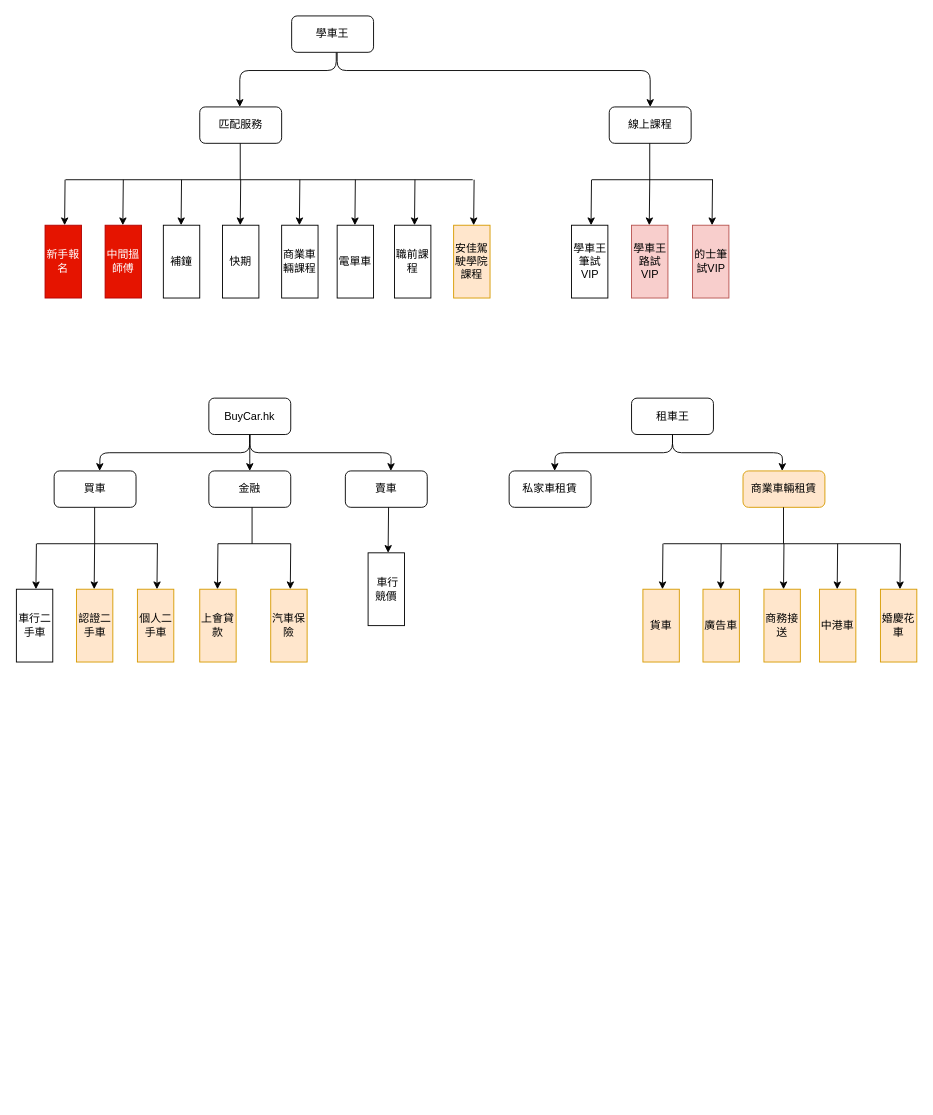
Above: Lemongene.drawio in yushanzi/hello-world (draw.io), before the change. Source tidied: cells renumbered, new cells numbered last; positions are measured from the earlier drawing's top-left corner, leaving out a move shared by most shapes. Both pictures are drawn from the tidied source at 91%, with x=0, y=0 at pixel (15, 15).
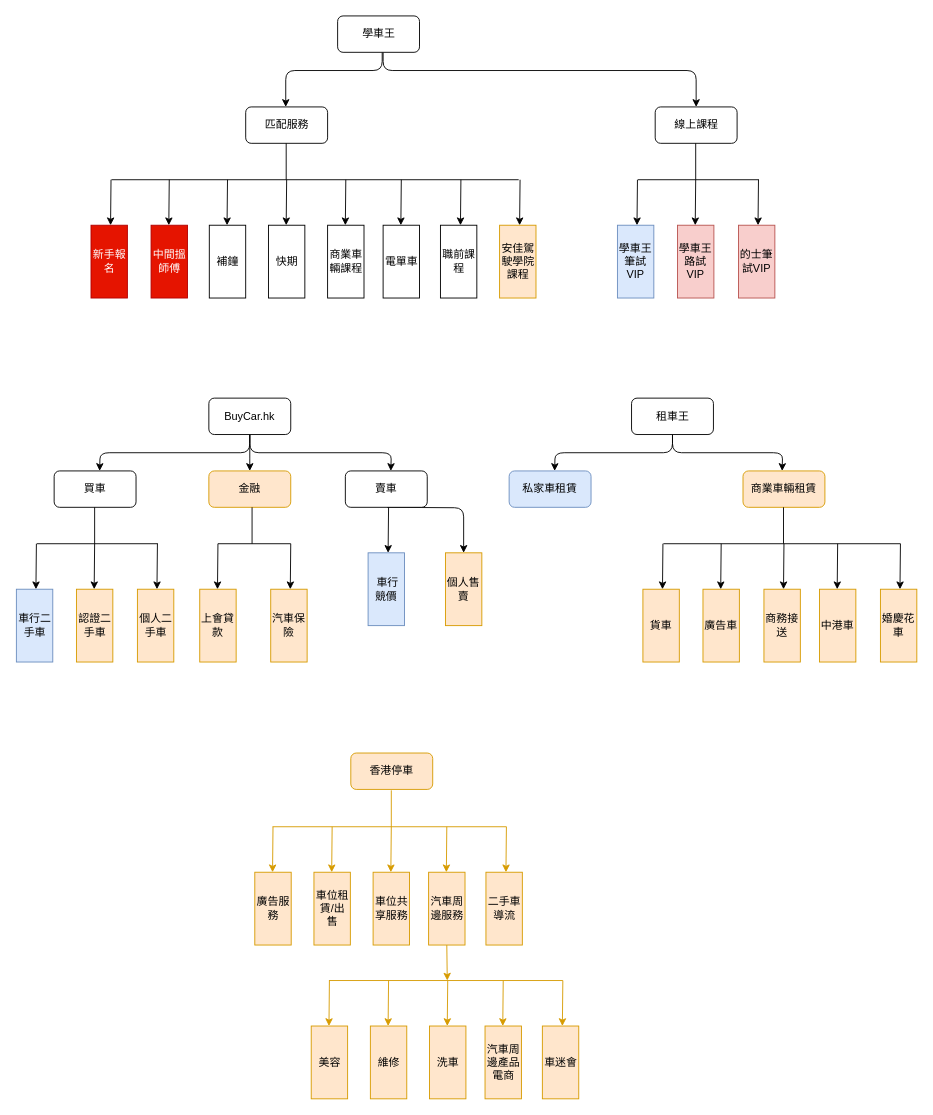
Above is the later version.

Diff of the diagram source:
```diff
@@
     <mxCell id="2" style="edgeStyle=orthogonalEdgeStyle;curved=0;rounded=1;sketch=0;orthogonalLoop=1;jettySize=auto;html=1;exitX=0.5;exitY=1;exitDx=0;exitDy=0;strokeColor=#000000;" parent="1" edge="1">
       <mxGeometry relative="1" as="geometry">
-        <mxPoint x="352" y="40" as="sourcePoint" />
-        <mxPoint x="246" y="100" as="targetPoint" />
+        <mxPoint x="402.5" y="40" as="sourcePoint" />
+        <mxPoint x="296.5" y="100" as="targetPoint" />
         <Array as="points">
-          <mxPoint x="352" y="60" />
-          <mxPoint x="246" y="60" />
+          <mxPoint x="402.5" y="60" />
+          <mxPoint x="296.5" y="60" />
         </Array>
       </mxGeometry>
     </mxCell>
     <mxCell id="3" style="edgeStyle=orthogonalEdgeStyle;curved=0;rounded=1;sketch=0;jettySize=auto;html=1;exitX=0.5;exitY=1;exitDx=0;exitDy=0;strokeColor=#000000;entryX=0.5;entryY=0;entryDx=0;entryDy=0;" parent="1" edge="1" target="22">
       <mxGeometry relative="1" as="geometry">
-        <mxPoint x="353" y="40" as="sourcePoint" />
+        <mxPoint x="403.5" y="40" as="sourcePoint" />
         <Array as="points">
-          <mxPoint x="353" y="60" />
-          <mxPoint x="697" y="60" />
+          <mxPoint x="403.5" y="60" />
+          <mxPoint x="747.5" y="60" />
         </Array>
       </mxGeometry>
     </mxCell>
     <mxCell id="4" value="學車王" style="rounded=1;whiteSpace=wrap;html=1;" parent="1" vertex="1">
-      <mxGeometry x="303" width="90" height="40" as="geometry" />
+      <mxGeometry x="353.5" width="90" height="40" as="geometry" />
     </mxCell>
     <mxCell id="5" style="endArrow=none;html=1;" parent="1" edge="1">
       <mxGeometry relative="1" as="geometry">
-        <mxPoint x="502" y="180" as="sourcePoint" />
-        <mxPoint x="54.5" y="180" as="targetPoint" />
+        <mxPoint x="552.5" y="180" as="sourcePoint" />
+        <mxPoint x="105" y="180" as="targetPoint" />
       </mxGeometry>
     </mxCell>
     <mxCell id="6" value="新手報名" style="rounded=0;whiteSpace=wrap;html=1;shadow=0;labelBackgroundColor=none;sketch=0;direction=north;fillColor=#e51400;strokeColor=#B20000;fontColor=#ffffff;" parent="1" vertex="1">
-      <mxGeometry x="32" y="230" width="40" height="80" as="geometry" />
+      <mxGeometry x="82.5" y="230" width="40" height="80" as="geometry" />
     </mxCell>
     <mxCell id="7" value="中間搵師傅" style="rounded=0;whiteSpace=wrap;html=1;shadow=0;labelBackgroundColor=none;sketch=0;direction=north;fillColor=#e51400;strokeColor=#B20000;fontColor=#ffffff;" parent="1" vertex="1">
-      <mxGeometry x="98" y="230" width="40" height="80" as="geometry" />
+      <mxGeometry x="148.5" y="230" width="40" height="80" as="geometry" />
     </mxCell>
     <mxCell id="8" value="補鐘" style="rounded=0;whiteSpace=wrap;html=1;shadow=0;labelBackgroundColor=none;sketch=0;direction=north;" parent="1" vertex="1">
-      <mxGeometry x="162" y="230" width="40" height="80" as="geometry" />
+      <mxGeometry x="212.5" y="230" width="40" height="80" as="geometry" />
     </mxCell>
     <mxCell id="9" value="快期" style="rounded=0;whiteSpace=wrap;html=1;shadow=0;labelBackgroundColor=none;sketch=0;direction=north;" parent="1" vertex="1">
-      <mxGeometry x="227" y="230" width="40" height="80" as="geometry" />
+      <mxGeometry x="277.5" y="230" width="40" height="80" as="geometry" />
     </mxCell>
     <mxCell id="10" value="職前課程" style="rounded=0;whiteSpace=wrap;html=1;shadow=0;labelBackgroundColor=none;sketch=0;direction=north;" parent="1" vertex="1">
-      <mxGeometry x="416" y="230" width="40" height="80" as="geometry" />
+      <mxGeometry x="466.5" y="230" width="40" height="80" as="geometry" />
     </mxCell>
     <mxCell id="11" value="商業車輛課程" style="rounded=0;whiteSpace=wrap;html=1;shadow=0;labelBackgroundColor=none;sketch=0;direction=north;" parent="1" vertex="1">
-      <mxGeometry x="292" y="230" width="40" height="80" as="geometry" />
+      <mxGeometry x="342.5" y="230" width="40" height="80" as="geometry" />
     </mxCell>
     <mxCell id="12" value="電單車" style="rounded=0;whiteSpace=wrap;html=1;shadow=0;labelBackgroundColor=none;sketch=0;direction=north;" parent="1" vertex="1">
-      <mxGeometry x="353" y="230" width="40" height="80" as="geometry" />
+      <mxGeometry x="403.5" y="230" width="40" height="80" as="geometry" />
     </mxCell>
     <mxCell id="13" style="edgeStyle=none;rounded=0;orthogonalLoop=1;jettySize=auto;html=1;" parent="1" edge="1">
       <mxGeometry relative="1" as="geometry">
-        <mxPoint x="54" y="180" as="sourcePoint" />
-        <mxPoint x="53.5" y="230" as="targetPoint" />
+        <mxPoint x="104.5" y="180" as="sourcePoint" />
+        <mxPoint x="104" y="230" as="targetPoint" />
       </mxGeometry>
     </mxCell>
     <mxCell id="14" style="edgeStyle=none;rounded=0;orthogonalLoop=1;jettySize=auto;html=1;" parent="1" edge="1">
       <mxGeometry relative="1" as="geometry">
-        <mxPoint x="118" y="180" as="sourcePoint" />
-        <mxPoint x="117.5" y="230" as="targetPoint" />
+        <mxPoint x="168.5" y="180" as="sourcePoint" />
+        <mxPoint x="168" y="230" as="targetPoint" />
       </mxGeometry>
     </mxCell>
     <mxCell id="15" style="edgeStyle=none;rounded=0;orthogonalLoop=1;jettySize=auto;html=1;" parent="1" edge="1">
       <mxGeometry relative="1" as="geometry">
-        <mxPoint x="182" y="180" as="sourcePoint" />
-        <mxPoint x="181.5" y="230" as="targetPoint" />
+        <mxPoint x="232.5" y="180" as="sourcePoint" />
+        <mxPoint x="232" y="230" as="targetPoint" />
       </mxGeometry>
     </mxCell>
     <mxCell id="16" style="edgeStyle=none;rounded=0;orthogonalLoop=1;jettySize=auto;html=1;" parent="1" edge="1">
       <mxGeometry relative="1" as="geometry">
-        <mxPoint x="247" y="180" as="sourcePoint" />
-        <mxPoint x="246.5" y="230" as="targetPoint" />
+        <mxPoint x="297.5" y="180" as="sourcePoint" />
+        <mxPoint x="297" y="230" as="targetPoint" />
       </mxGeometry>
     </mxCell>
     <mxCell id="17" style="edgeStyle=none;rounded=0;orthogonalLoop=1;jettySize=auto;html=1;" parent="1" edge="1">
       <mxGeometry relative="1" as="geometry">
-        <mxPoint x="312" y="180" as="sourcePoint" />
-        <mxPoint x="311.5" y="230" as="targetPoint" />
+        <mxPoint x="362.5" y="180" as="sourcePoint" />
+        <mxPoint x="362" y="230" as="targetPoint" />
       </mxGeometry>
     </mxCell>
     <mxCell id="18" style="edgeStyle=none;rounded=0;orthogonalLoop=1;jettySize=auto;html=1;" parent="1" edge="1">
       <mxGeometry relative="1" as="geometry">
-        <mxPoint x="373" y="180" as="sourcePoint" />
-        <mxPoint x="372.5" y="230" as="targetPoint" />
+        <mxPoint x="423.5" y="180" as="sourcePoint" />
+        <mxPoint x="423" y="230" as="targetPoint" />
       </mxGeometry>
     </mxCell>
     <mxCell id="19" style="edgeStyle=none;rounded=0;orthogonalLoop=1;jettySize=auto;html=1;" parent="1" edge="1">
       <mxGeometry relative="1" as="geometry">
-        <mxPoint x="438.5" y="180" as="sourcePoint" />
-        <mxPoint x="438" y="230" as="targetPoint" />
+        <mxPoint x="489" y="180" as="sourcePoint" />
+        <mxPoint x="488.5" y="230" as="targetPoint" />
       </mxGeometry>
     </mxCell>
     <mxCell id="20" value="匹配服務" style="rounded=1;whiteSpace=wrap;html=1;" parent="1" vertex="1">
-      <mxGeometry x="202" y="100" width="90" height="40" as="geometry" />
+      <mxGeometry x="252.5" y="100" width="90" height="40" as="geometry" />
     </mxCell>
     <mxCell id="21" style="endArrow=none;html=1;strokeColor=#000000;" parent="1" edge="1">
       <mxGeometry relative="1" as="geometry">
-        <mxPoint x="246.5" y="180" as="sourcePoint" />
-        <mxPoint x="246.5" y="140" as="targetPoint" />
+        <mxPoint x="297" y="180" as="sourcePoint" />
+        <mxPoint x="297" y="140" as="targetPoint" />
       </mxGeometry>
     </mxCell>
     <mxCell id="22" value="線上課程" style="rounded=1;whiteSpace=wrap;html=1;" parent="1" vertex="1">
-      <mxGeometry x="652" y="100" width="90" height="40" as="geometry" />
+      <mxGeometry x="702.5" y="100" width="90" height="40" as="geometry" />
     </mxCell>
     <mxCell id="23" style="endArrow=none;html=1;" parent="1" edge="1">
       <mxGeometry relative="1" as="geometry">
-        <mxPoint x="766" y="180" as="sourcePoint" />
-        <mxPoint x="633" y="180" as="targetPoint" />
+        <mxPoint x="816.5" y="180" as="sourcePoint" />
+        <mxPoint x="683.5" y="180" as="targetPoint" />
       </mxGeometry>
     </mxCell>
     <mxCell id="24" style="endArrow=none;html=1;strokeColor=#000000;" parent="1" edge="1">
       <mxGeometry relative="1" as="geometry">
-        <mxPoint x="696.5" y="180" as="sourcePoint" />
-        <mxPoint x="696.5" y="140" as="targetPoint" />
+        <mxPoint x="747" y="180" as="sourcePoint" />
+        <mxPoint x="747" y="140" as="targetPoint" />
       </mxGeometry>
     </mxCell>
-    <mxCell id="25" value="學車王筆試VIP" style="rounded=0;whiteSpace=wrap;html=1;shadow=0;labelBackgroundColor=none;sketch=0;direction=north;" parent="1" vertex="1">
-      <mxGeometry x="610.5" y="230" width="40" height="80" as="geometry" />
+    <mxCell id="25" value="學車王筆試VIP" style="rounded=0;whiteSpace=wrap;html=1;shadow=0;labelBackgroundColor=none;sketch=0;direction=north;fillColor=#dae8fc;strokeColor=#6c8ebf;" parent="1" vertex="1">
+      <mxGeometry x="661" y="230" width="40" height="80" as="geometry" />
     </mxCell>
     <mxCell id="26" value="學車王路試VIP" style="rounded=0;whiteSpace=wrap;html=1;shadow=0;labelBackgroundColor=none;sketch=0;direction=north;fillColor=#f8cecc;strokeColor=#b85450;" parent="1" vertex="1">
-      <mxGeometry x="676.5" y="230" width="40" height="80" as="geometry" />
+      <mxGeometry x="727" y="230" width="40" height="80" as="geometry" />
     </mxCell>
     <mxCell id="27" style="edgeStyle=none;rounded=0;orthogonalLoop=1;jettySize=auto;html=1;" parent="1" edge="1">
       <mxGeometry relative="1" as="geometry">
-        <mxPoint x="632.5" y="180" as="sourcePoint" />
-        <mxPoint x="632" y="230" as="targetPoint" />
+        <mxPoint x="683" y="180" as="sourcePoint" />
+        <mxPoint x="682.5" y="230" as="targetPoint" />
       </mxGeometry>
     </mxCell>
     <mxCell id="28" style="edgeStyle=none;rounded=0;orthogonalLoop=1;jettySize=auto;html=1;" parent="1" edge="1">
       <mxGeometry relative="1" as="geometry">
-        <mxPoint x="696.5" y="180" as="sourcePoint" />
-        <mxPoint x="696" y="230" as="targetPoint" />
+        <mxPoint x="747" y="180" as="sourcePoint" />
+        <mxPoint x="746.5" y="230" as="targetPoint" />
       </mxGeometry>
     </mxCell>
     <mxCell id="29" value="的士筆試VIP" style="rounded=0;whiteSpace=wrap;html=1;shadow=0;labelBackgroundColor=none;sketch=0;direction=north;fillColor=#f8cecc;strokeColor=#b85450;" parent="1" vertex="1">
-      <mxGeometry x="743.5" y="230" width="40" height="80" as="geometry" />
+      <mxGeometry x="794" y="230" width="40" height="80" as="geometry" />
     </mxCell>
     <mxCell id="30" style="edgeStyle=none;rounded=0;orthogonalLoop=1;jettySize=auto;html=1;" parent="1" edge="1">
       <mxGeometry relative="1" as="geometry">
-        <mxPoint x="765.5" y="180" as="sourcePoint" />
-        <mxPoint x="765" y="230" as="targetPoint" />
+        <mxPoint x="816" y="180" as="sourcePoint" />
+        <mxPoint x="815.5" y="230" as="targetPoint" />
       </mxGeometry>
     </mxCell>
     <mxCell id="31" value="安佳駕駛學院課程" style="rounded=0;whiteSpace=wrap;html=1;shadow=0;labelBackgroundColor=none;sketch=0;direction=north;fillColor=#ffe6cc;strokeColor=#d79b00;" parent="1" vertex="1">
-      <mxGeometry x="481" y="230" width="40" height="80" as="geometry" />
+      <mxGeometry x="531.5" y="230" width="40" height="80" as="geometry" />
     </mxCell>
     <mxCell id="32" style="edgeStyle=none;rounded=0;orthogonalLoop=1;jettySize=auto;html=1;" parent="1" edge="1">
       <mxGeometry relative="1" as="geometry">
-        <mxPoint x="503.5" y="180" as="sourcePoint" />
-        <mxPoint x="503" y="230" as="targetPoint" />
+        <mxPoint x="554" y="180" as="sourcePoint" />
+        <mxPoint x="553.5" y="230" as="targetPoint" />
       </mxGeometry>
     </mxCell>
@@
+    <mxCell id="73" style="edgeStyle=orthogonalEdgeStyle;curved=0;rounded=1;sketch=0;jettySize=auto;html=1;exitX=0.5;exitY=1;exitDx=0;exitDy=0;strokeColor=#000000;entryX=1;entryY=0.5;entryDx=0;entryDy=0;" parent="1" edge="1" target="99">
+      <mxGeometry relative="1" as="geometry">
+        <mxPoint x="408" y="540" as="sourcePoint" />
+      </mxGeometry>
+    </mxCell>
@@
-    <mxCell id="39" value="&amp;nbsp;車行競價" style="rounded=0;whiteSpace=wrap;html=1;shadow=0;labelBackgroundColor=none;sketch=0;direction=north;" parent="1" vertex="1">
+    <mxCell id="39" value="&amp;nbsp;車行競價" style="rounded=0;whiteSpace=wrap;html=1;shadow=0;labelBackgroundColor=none;sketch=0;direction=north;fillColor=#dae8fc;strokeColor=#6c8ebf;" parent="1" vertex="1">
       <mxGeometry x="387" y="590" width="40" height="80" as="geometry" />
     </mxCell>
@@
-    <mxCell id="44" value="私家車租賃" style="rounded=1;whiteSpace=wrap;html=1;" parent="1" vertex="1">
+    <mxCell id="44" value="私家車租賃" style="rounded=1;whiteSpace=wrap;html=1;fillColor=#dae8fc;strokeColor=#6c8ebf;" parent="1" vertex="1">
       <mxGeometry x="542" y="500" width="90" height="40" as="geometry" />
     </mxCell>
@@
-    <mxCell id="60" value="車行二手車" style="rounded=0;whiteSpace=wrap;html=1;shadow=0;labelBackgroundColor=none;sketch=0;direction=north;" parent="1" vertex="1">
+    <mxCell id="60" value="車行二手車" style="rounded=0;whiteSpace=wrap;html=1;shadow=0;labelBackgroundColor=none;sketch=0;direction=north;fillColor=#dae8fc;strokeColor=#6c8ebf;" parent="1" vertex="1">
       <mxGeometry x="0.5" y="630" width="40" height="80" as="geometry" />
     </mxCell>
@@
-    <mxCell id="66" value="金融" style="rounded=1;whiteSpace=wrap;html=1;" parent="1" vertex="1">
+    <mxCell id="66" value="金融" style="rounded=1;whiteSpace=wrap;html=1;fillColor=#ffe6cc;strokeColor=#d79b00;" parent="1" vertex="1">
       <mxGeometry x="212" y="500" width="90" height="40" as="geometry" />
     </mxCell>
@@
+    <mxCell id="74" value="香港停車" style="rounded=1;whiteSpace=wrap;html=1;fillColor=#ffe6cc;strokeColor=#d79b00;" parent="1" vertex="1">
+      <mxGeometry x="368" y="810" width="90" height="40" as="geometry" />
+    </mxCell>
+    <mxCell id="75" style="endArrow=none;html=1;fillColor=#ffe6cc;strokeColor=#d79b00;" parent="1" edge="1">
+      <mxGeometry relative="1" as="geometry">
+        <mxPoint x="539" y="891" as="sourcePoint" />
+        <mxPoint x="282" y="891" as="targetPoint" />
+      </mxGeometry>
+    </mxCell>
+    <mxCell id="76" value="廣告服務" style="rounded=0;whiteSpace=wrap;html=1;shadow=0;labelBackgroundColor=none;sketch=0;direction=north;fillColor=#ffe6cc;strokeColor=#d79b00;" parent="1" vertex="1">
+      <mxGeometry x="262.5" y="941" width="40" height="80" as="geometry" />
+    </mxCell>
+    <mxCell id="77" value="車位租賃/出售" style="rounded=0;whiteSpace=wrap;html=1;shadow=0;labelBackgroundColor=none;sketch=0;direction=north;fillColor=#ffe6cc;strokeColor=#d79b00;" parent="1" vertex="1">
+      <mxGeometry x="327.5" y="941" width="40" height="80" as="geometry" />
+    </mxCell>
+    <mxCell id="78" value="二手車導流" style="rounded=0;whiteSpace=wrap;html=1;shadow=0;labelBackgroundColor=none;sketch=0;direction=north;fillColor=#ffe6cc;strokeColor=#d79b00;" parent="1" vertex="1">
+      <mxGeometry x="516.5" y="941" width="40" height="80" as="geometry" />
+    </mxCell>
+    <mxCell id="79" value="車位共享服務" style="rounded=0;whiteSpace=wrap;html=1;shadow=0;labelBackgroundColor=none;sketch=0;direction=north;fillColor=#ffe6cc;strokeColor=#d79b00;" parent="1" vertex="1">
+      <mxGeometry x="392.5" y="941" width="40" height="80" as="geometry" />
+    </mxCell>
+    <mxCell id="80" style="edgeStyle=orthogonalEdgeStyle;curved=0;rounded=1;sketch=0;jettySize=auto;html=1;exitX=0;exitY=0.5;exitDx=0;exitDy=0;strokeColor=#d79b00;fillColor=#ffe6cc;" parent="1" edge="1" source="81">
+      <mxGeometry relative="1" as="geometry">
+        <mxPoint x="474" y="1060" as="targetPoint" />
+      </mxGeometry>
+    </mxCell>
+    <mxCell id="81" value="汽車周邊服務" style="rounded=0;whiteSpace=wrap;html=1;shadow=0;labelBackgroundColor=none;sketch=0;direction=north;fillColor=#ffe6cc;strokeColor=#d79b00;" parent="1" vertex="1">
+      <mxGeometry x="453.5" y="941" width="40" height="80" as="geometry" />
+    </mxCell>
+    <mxCell id="82" style="edgeStyle=none;rounded=0;orthogonalLoop=1;jettySize=auto;html=1;fillColor=#ffe6cc;strokeColor=#d79b00;" parent="1" edge="1">
+      <mxGeometry relative="1" as="geometry">
+        <mxPoint x="282.5" y="891" as="sourcePoint" />
+        <mxPoint x="282" y="941" as="targetPoint" />
+      </mxGeometry>
+    </mxCell>
+    <mxCell id="83" style="edgeStyle=none;rounded=0;orthogonalLoop=1;jettySize=auto;html=1;fillColor=#ffe6cc;strokeColor=#d79b00;" parent="1" edge="1">
+      <mxGeometry relative="1" as="geometry">
+        <mxPoint x="347.5" y="891" as="sourcePoint" />
+        <mxPoint x="347" y="941" as="targetPoint" />
+      </mxGeometry>
+    </mxCell>
+    <mxCell id="84" style="edgeStyle=none;rounded=0;orthogonalLoop=1;jettySize=auto;html=1;fillColor=#ffe6cc;strokeColor=#d79b00;" parent="1" edge="1">
+      <mxGeometry relative="1" as="geometry">
+        <mxPoint x="412.5" y="891" as="sourcePoint" />
+        <mxPoint x="412" y="941" as="targetPoint" />
+      </mxGeometry>
+    </mxCell>
+    <mxCell id="85" style="edgeStyle=none;rounded=0;orthogonalLoop=1;jettySize=auto;html=1;fillColor=#ffe6cc;strokeColor=#d79b00;" parent="1" edge="1">
+      <mxGeometry relative="1" as="geometry">
+        <mxPoint x="473.5" y="891" as="sourcePoint" />
+        <mxPoint x="473" y="941" as="targetPoint" />
+      </mxGeometry>
+    </mxCell>
+    <mxCell id="86" style="edgeStyle=none;rounded=0;orthogonalLoop=1;jettySize=auto;html=1;fillColor=#ffe6cc;strokeColor=#d79b00;" parent="1" edge="1">
+      <mxGeometry relative="1" as="geometry">
+        <mxPoint x="539" y="891" as="sourcePoint" />
+        <mxPoint x="538.5" y="941" as="targetPoint" />
+      </mxGeometry>
+    </mxCell>
+    <mxCell id="87" style="endArrow=none;html=1;strokeColor=#d79b00;fillColor=#ffe6cc;" parent="1" edge="1">
+      <mxGeometry relative="1" as="geometry">
+        <mxPoint x="412.5" y="891" as="sourcePoint" />
+        <mxPoint x="412.5" y="851" as="targetPoint" />
+      </mxGeometry>
+    </mxCell>
+    <mxCell id="88" style="endArrow=none;html=1;fillColor=#ffe6cc;strokeColor=#d79b00;" parent="1" edge="1">
+      <mxGeometry relative="1" as="geometry">
+        <mxPoint x="601" y="1060" as="sourcePoint" />
+        <mxPoint x="344" y="1060" as="targetPoint" />
+      </mxGeometry>
+    </mxCell>
+    <mxCell id="89" value="美容" style="rounded=0;whiteSpace=wrap;html=1;shadow=0;labelBackgroundColor=none;sketch=0;direction=north;fillColor=#ffe6cc;strokeColor=#d79b00;" parent="1" vertex="1">
+      <mxGeometry x="324.5" y="1110" width="40" height="80" as="geometry" />
+    </mxCell>
+    <mxCell id="90" value="維修" style="rounded=0;whiteSpace=wrap;html=1;shadow=0;labelBackgroundColor=none;sketch=0;direction=north;fillColor=#ffe6cc;strokeColor=#d79b00;" parent="1" vertex="1">
+      <mxGeometry x="389.5" y="1110" width="40" height="80" as="geometry" />
+    </mxCell>
+    <mxCell id="91" value="車迷會" style="rounded=0;whiteSpace=wrap;html=1;shadow=0;labelBackgroundColor=none;sketch=0;direction=north;fillColor=#ffe6cc;strokeColor=#d79b00;" parent="1" vertex="1">
+      <mxGeometry x="578.5" y="1110" width="40" height="80" as="geometry" />
+    </mxCell>
+    <mxCell id="92" value="洗車" style="rounded=0;whiteSpace=wrap;html=1;shadow=0;labelBackgroundColor=none;sketch=0;direction=north;fillColor=#ffe6cc;strokeColor=#d79b00;" parent="1" vertex="1">
+      <mxGeometry x="454.5" y="1110" width="40" height="80" as="geometry" />
+    </mxCell>
+    <mxCell id="93" value="汽車周邊產品電商" style="rounded=0;whiteSpace=wrap;html=1;shadow=0;labelBackgroundColor=none;sketch=0;direction=north;fillColor=#ffe6cc;strokeColor=#d79b00;" parent="1" vertex="1">
+      <mxGeometry x="515.5" y="1110" width="40" height="80" as="geometry" />
+    </mxCell>
+    <mxCell id="94" style="edgeStyle=none;rounded=0;orthogonalLoop=1;jettySize=auto;html=1;fillColor=#ffe6cc;strokeColor=#d79b00;" parent="1" edge="1">
+      <mxGeometry relative="1" as="geometry">
+        <mxPoint x="344.5" y="1060" as="sourcePoint" />
+        <mxPoint x="344" y="1110" as="targetPoint" />
+      </mxGeometry>
+    </mxCell>
+    <mxCell id="95" style="edgeStyle=none;rounded=0;orthogonalLoop=1;jettySize=auto;html=1;fillColor=#ffe6cc;strokeColor=#d79b00;" parent="1" edge="1">
+      <mxGeometry relative="1" as="geometry">
+        <mxPoint x="409.5" y="1060" as="sourcePoint" />
+        <mxPoint x="409" y="1110" as="targetPoint" />
+      </mxGeometry>
+    </mxCell>
+    <mxCell id="96" style="edgeStyle=none;rounded=0;orthogonalLoop=1;jettySize=auto;html=1;fillColor=#ffe6cc;strokeColor=#d79b00;" parent="1" edge="1">
+      <mxGeometry relative="1" as="geometry">
+        <mxPoint x="474.5" y="1060" as="sourcePoint" />
+        <mxPoint x="474" y="1110" as="targetPoint" />
+      </mxGeometry>
+    </mxCell>
+    <mxCell id="97" style="edgeStyle=none;rounded=0;orthogonalLoop=1;jettySize=auto;html=1;fillColor=#ffe6cc;strokeColor=#d79b00;" parent="1" edge="1">
+      <mxGeometry relative="1" as="geometry">
+        <mxPoint x="535.5" y="1060" as="sourcePoint" />
+        <mxPoint x="535" y="1110" as="targetPoint" />
+      </mxGeometry>
+    </mxCell>
+    <mxCell id="98" style="edgeStyle=none;rounded=0;orthogonalLoop=1;jettySize=auto;html=1;fillColor=#ffe6cc;strokeColor=#d79b00;" parent="1" edge="1">
+      <mxGeometry relative="1" as="geometry">
+        <mxPoint x="601" y="1060" as="sourcePoint" />
+        <mxPoint x="600.5" y="1110" as="targetPoint" />
+      </mxGeometry>
+    </mxCell>
+    <mxCell id="99" value="個人售賣" style="rounded=0;whiteSpace=wrap;html=1;shadow=0;labelBackgroundColor=none;sketch=0;direction=north;fillColor=#ffe6cc;strokeColor=#d79b00;" parent="1" vertex="1">
+      <mxGeometry x="472" y="590" width="40" height="80" as="geometry" />
+    </mxCell>
```
